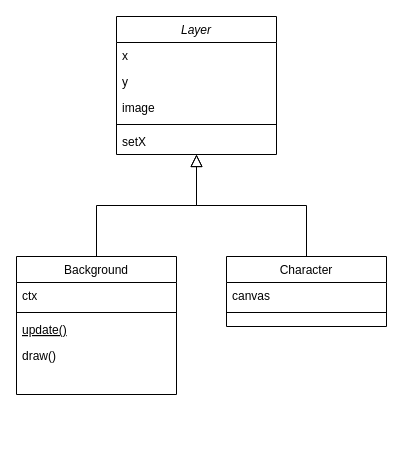
nighthawkcoders/teacher_portfolio keeps this draw.io diagram as classDiagram.drawio. Above is the earlier version. Source tidied: cells renumbered, new cells numbered last; positions are measured from the earlier drawing's top-left corner, leaving out a move shared by most shapes. Both pictures are drawn from the tidied source at 100%, with x=0, y=0 at pixel (16, 16).
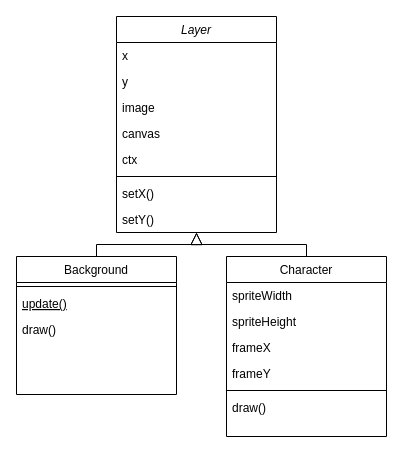
The same diagram, later.

Commit message (it also covers changes not shown here):
start draw.io and move canvas to layer

The change refers to these unchanged cells:
```xml
<mxCell id="8" value="Background" style="swimlane;fontStyle=0;align=center;verticalAlign=top;horizontal=1;startSize=26;rounded=0;shadow=0;strokeWidth=1;" parent="1" vertex="1">
  <mxGeometry y="240" width="160" height="138" as="geometry" />
</mxCell>
```

The edit, as a diff of the source:
```diff
@@
     <mxCell id="2" value="Layer" style="swimlane;fontStyle=2;align=center;verticalAlign=top;horizontal=1;startSize=26;rounded=0;shadow=0;strokeWidth=1;" parent="1" vertex="1">
-      <mxGeometry x="100" width="160" height="138" as="geometry" />
+      <mxGeometry x="100" width="160" height="216" as="geometry" />
     </mxCell>
@@
+    <mxCell id="18" value="canvas" style="text;align=left;verticalAlign=top;spacingLeft=4;spacingRight=4;overflow=hidden;rounded=0;shadow=0;html=0;" parent="2" vertex="1">
+      <mxGeometry y="104" width="160" height="26" as="geometry" />
+    </mxCell>
+    <mxCell id="9" value="ctx" style="text;align=left;verticalAlign=top;spacingLeft=4;spacingRight=4;overflow=hidden;rounded=0;shadow=0;html=0;" parent="2" vertex="1">
+      <mxGeometry y="130" width="160" height="26" as="geometry" />
+    </mxCell>
     <mxCell id="6" style="line;html=1;strokeWidth=1;align=left;verticalAlign=middle;spacingTop=-1;spacingLeft=3;spacingRight=3;labelPosition=right;" parent="2" vertex="1">
-      <mxGeometry y="104" width="160" height="8" as="geometry" />
+      <mxGeometry y="156" width="160" height="8" as="geometry" />
     </mxCell>
-    <mxCell id="7" value="setX&#10;" style="text;align=left;verticalAlign=top;spacingLeft=4;spacingRight=4;overflow=hidden;" parent="2" vertex="1">
-      <mxGeometry y="112" width="160" height="26" as="geometry" />
+    <mxCell id="7" value="setX()&#10;" style="text;align=left;verticalAlign=top;spacingLeft=4;spacingRight=4;overflow=hidden;" parent="2" vertex="1">
+      <mxGeometry y="164" width="160" height="26" as="geometry" />
     </mxCell>
+    <mxCell id="19" value="setY()" style="text;align=left;verticalAlign=top;spacingLeft=4;spacingRight=4;overflow=hidden;" parent="2" vertex="1">
+      <mxGeometry y="190" width="160" height="26" as="geometry" />
+    </mxCell>
@@
-    <mxCell id="9" value="ctx" style="text;align=left;verticalAlign=top;spacingLeft=4;spacingRight=4;overflow=hidden;rounded=0;shadow=0;html=0;" parent="8" vertex="1">
-      <mxGeometry y="26" width="160" height="26" as="geometry" />
-    </mxCell>
     <mxCell id="10" style="line;html=1;strokeWidth=1;align=left;verticalAlign=middle;spacingTop=-1;spacingLeft=3;spacingRight=3;labelPosition=right;" parent="8" vertex="1">
-      <mxGeometry y="52" width="160" height="8" as="geometry" />
+      <mxGeometry y="26" width="160" height="8" as="geometry" />
     </mxCell>
     <mxCell id="11" value="update()" style="text;align=left;verticalAlign=top;spacingLeft=4;spacingRight=4;overflow=hidden;fontStyle=4;" parent="8" vertex="1">
-      <mxGeometry y="60" width="160" height="26" as="geometry" />
+      <mxGeometry y="34" width="160" height="26" as="geometry" />
     </mxCell>
     <mxCell id="12" value="draw()" style="text;align=left;verticalAlign=top;spacingLeft=4;spacingRight=4;overflow=hidden;" parent="8" vertex="1">
-      <mxGeometry y="86" width="160" height="26" as="geometry" />
+      <mxGeometry y="60" width="160" height="26" as="geometry" />
     </mxCell>
@@
     <mxCell id="14" value="Character" style="swimlane;fontStyle=0;align=center;verticalAlign=top;horizontal=1;startSize=26;rounded=0;shadow=0;strokeWidth=1;" parent="1" vertex="1">
-      <mxGeometry x="210" y="240" width="160" height="70" as="geometry" />
+      <mxGeometry x="210" y="240" width="160" height="180" as="geometry" />
     </mxCell>
-    <mxCell id="15" value="canvas &#10;&#10;" style="text;align=left;verticalAlign=top;spacingLeft=4;spacingRight=4;overflow=hidden;" parent="14" vertex="1">
+    <mxCell id="15" value="spriteWidth" style="text;align=left;verticalAlign=top;spacingLeft=4;spacingRight=4;overflow=hidden;" parent="14" vertex="1">
       <mxGeometry y="26" width="160" height="26" as="geometry" />
     </mxCell>
+    <mxCell id="20" value="spriteHeight" style="text;align=left;verticalAlign=top;spacingLeft=4;spacingRight=4;overflow=hidden;" parent="14" vertex="1">
+      <mxGeometry y="52" width="160" height="26" as="geometry" />
+    </mxCell>
+    <mxCell id="21" value="frameX" style="text;align=left;verticalAlign=top;spacingLeft=4;spacingRight=4;overflow=hidden;" parent="14" vertex="1">
+      <mxGeometry y="78" width="160" height="26" as="geometry" />
+    </mxCell>
+    <mxCell id="22" value="frameY" style="text;align=left;verticalAlign=top;spacingLeft=4;spacingRight=4;overflow=hidden;" parent="14" vertex="1">
+      <mxGeometry y="104" width="160" height="26" as="geometry" />
+    </mxCell>
     <mxCell id="16" style="line;html=1;strokeWidth=1;align=left;verticalAlign=middle;spacingTop=-1;spacingLeft=3;spacingRight=3;labelPosition=right;" parent="14" vertex="1">
-      <mxGeometry y="52" width="160" height="8" as="geometry" />
+      <mxGeometry y="130" width="160" height="8" as="geometry" />
     </mxCell>
+    <mxCell id="23" value="draw()" style="text;align=left;verticalAlign=top;spacingLeft=4;spacingRight=4;overflow=hidden;" parent="14" vertex="1">
+      <mxGeometry y="138" width="160" height="26" as="geometry" />
+    </mxCell>
```
